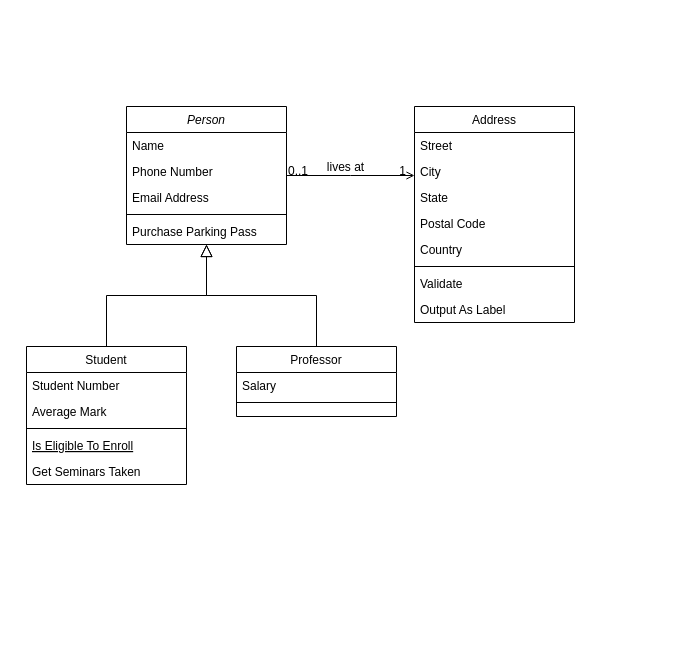
Earlier version of the draw.io diagram PraticaDiagramaDeClasses.drawio (LuizFelipeCavalcante/Diagramas). Source tidied: cells renumbered, new cells numbered last; positions are measured from the earlier drawing's top-left corner, leaving out a move shared by most shapes. Both pictures are drawn from the tidied source at 100%, with x=0, y=0 at pixel (26, 106).
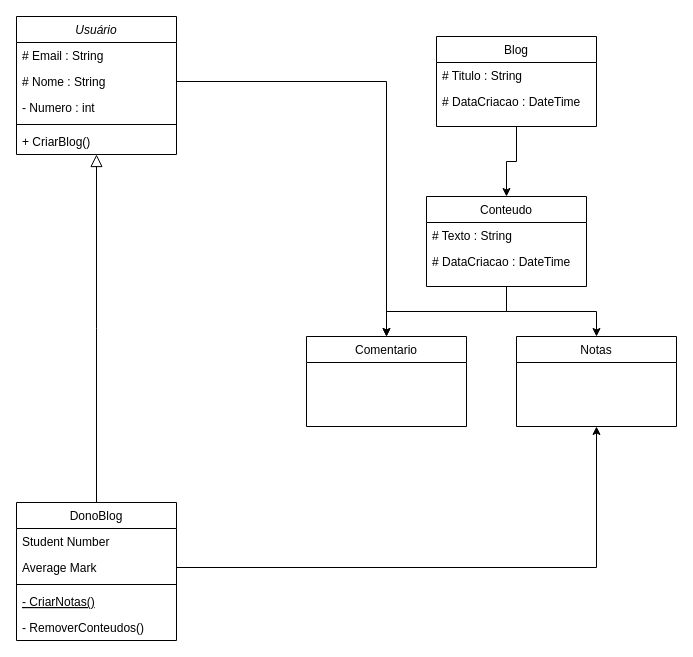
After the change.

Unchanged cells that the change refers to:
```xml
<mxCell id="10" value="Average Mark" style="text;align=left;verticalAlign=top;spacingLeft=4;spacingRight=4;overflow=hidden;points=[[0,0.5],[1,0.5]];portConstraint=eastwest;rounded=0;shadow=0;html=0;" parent="8" vertex="1">
  <mxGeometry y="52" width="160" height="26" as="geometry" />
</mxCell>
```

Diff of the diagram source:
```diff
@@
-    <mxCell id="2" value="Person" style="swimlane;fontStyle=2;align=center;verticalAlign=top;horizontal=1;startSize=26;rounded=0;shadow=0;strokeWidth=1;" parent="1" vertex="1">
-      <mxGeometry x="100" width="160" height="138" as="geometry" />
+    <mxCell id="2" value="Usuário" style="swimlane;fontStyle=2;align=center;verticalAlign=top;horizontal=1;startSize=26;rounded=0;shadow=0;strokeWidth=1;" parent="1" vertex="1">
+      <mxGeometry x="-10" y="-90" width="160" height="138" as="geometry" />
     </mxCell>
-    <mxCell id="3" value="Name" style="text;align=left;verticalAlign=top;spacingLeft=4;spacingRight=4;overflow=hidden;" parent="2" vertex="1">
+    <mxCell id="3" value="# Email : String" style="text;align=left;verticalAlign=top;spacingLeft=4;spacingRight=4;overflow=hidden;" parent="2" vertex="1">
       <mxGeometry y="26" width="160" height="26" as="geometry" />
     </mxCell>
-    <mxCell id="4" value="Phone Number" style="text;align=left;verticalAlign=top;spacingLeft=4;spacingRight=4;overflow=hidden;points=[[0,0.5],[1,0.5]];portConstraint=eastwest;rounded=0;shadow=0;html=0;" parent="2" vertex="1">
+    <mxCell id="4" value="# Nome : String" style="text;align=left;verticalAlign=top;spacingLeft=4;spacingRight=4;overflow=hidden;points=[[0,0.5],[1,0.5]];portConstraint=eastwest;rounded=0;shadow=0;html=0;" parent="2" vertex="1">
       <mxGeometry y="52" width="160" height="26" as="geometry" />
     </mxCell>
-    <mxCell id="5" value="Email Address" style="text;align=left;verticalAlign=top;spacingLeft=4;spacingRight=4;overflow=hidden;rounded=0;shadow=0;html=0;" parent="2" vertex="1">
+    <mxCell id="5" value="- Numero : int" style="text;align=left;verticalAlign=top;spacingLeft=4;spacingRight=4;overflow=hidden;rounded=0;shadow=0;html=0;" parent="2" vertex="1">
       <mxGeometry y="78" width="160" height="26" as="geometry" />
     </mxCell>
@@
-    <mxCell id="7" value="Purchase Parking Pass" style="text;align=left;verticalAlign=top;spacingLeft=4;spacingRight=4;overflow=hidden;" parent="2" vertex="1">
+    <mxCell id="7" value="+ CriarBlog()" style="text;align=left;verticalAlign=top;spacingLeft=4;spacingRight=4;overflow=hidden;" parent="2" vertex="1">
       <mxGeometry y="112" width="160" height="26" as="geometry" />
     </mxCell>
-    <mxCell id="8" value="Student" style="swimlane;fontStyle=0;align=center;verticalAlign=top;horizontal=1;startSize=26;rounded=0;shadow=0;strokeWidth=1;" parent="1" vertex="1">
-      <mxGeometry y="240" width="160" height="138" as="geometry" />
+    <mxCell id="8" value="DonoBlog" style="swimlane;fontStyle=0;align=center;verticalAlign=top;horizontal=1;startSize=26;rounded=0;shadow=0;strokeWidth=1;" parent="1" vertex="1">
+      <mxGeometry x="-10" y="396" width="160" height="138" as="geometry" />
     </mxCell>
@@
-    <mxCell id="12" value="Is Eligible To Enroll" style="text;align=left;verticalAlign=top;spacingLeft=4;spacingRight=4;overflow=hidden;fontStyle=4;" parent="8" vertex="1">
+    <mxCell id="12" value="- CriarNotas()" style="text;align=left;verticalAlign=top;spacingLeft=4;spacingRight=4;overflow=hidden;fontStyle=4;" parent="8" vertex="1">
       <mxGeometry y="86" width="160" height="26" as="geometry" />
     </mxCell>
-    <mxCell id="13" value="Get Seminars Taken" style="text;align=left;verticalAlign=top;spacingLeft=4;spacingRight=4;overflow=hidden;" parent="8" vertex="1">
+    <mxCell id="13" value="- RemoverConteudos()" style="text;align=left;verticalAlign=top;spacingLeft=4;spacingRight=4;overflow=hidden;" parent="8" vertex="1">
       <mxGeometry y="112" width="160" height="26" as="geometry" />
     </mxCell>
@@
-    <mxCell id="15" value="Professor" style="swimlane;fontStyle=0;align=center;verticalAlign=top;horizontal=1;startSize=26;rounded=0;shadow=0;strokeWidth=1;" parent="1" vertex="1">
-      <mxGeometry x="210" y="240" width="160" height="70" as="geometry" />
-    </mxCell>
-    <mxCell id="16" value="Salary" style="text;align=left;verticalAlign=top;spacingLeft=4;spacingRight=4;overflow=hidden;" parent="15" vertex="1">
-      <mxGeometry y="26" width="160" height="26" as="geometry" />
-    </mxCell>
-    <mxCell id="17" style="line;html=1;strokeWidth=1;align=left;verticalAlign=middle;spacingTop=-1;spacingLeft=3;spacingRight=3;labelPosition=right;" parent="15" vertex="1">
-      <mxGeometry y="52" width="160" height="8" as="geometry" />
-    </mxCell>
-    <mxCell id="18" style="endArrow=block;endSize=10;endFill=0;shadow=0;strokeWidth=1;rounded=0;curved=0;edgeStyle=elbowEdgeStyle;elbow=vertical;" parent="1" edge="1" source="15" target="2">
-      <mxGeometry relative="1" as="geometry" />
-    </mxCell>
+    <mxCell id="32" style="edgeStyle=orthogonalEdgeStyle;rounded=0;jettySize=auto;html=1;entryX=0.5;entryY=0;entryDx=0;entryDy=0;" parent="1" edge="1" source="19" target="35">
+      <mxGeometry relative="1" as="geometry" />
+    </mxCell>
-    <mxCell id="19" value="Address" style="swimlane;fontStyle=0;align=center;verticalAlign=top;horizontal=1;startSize=26;rounded=0;shadow=0;strokeWidth=1;" parent="1" vertex="1">
-      <mxGeometry x="388" width="160" height="216" as="geometry" />
+    <mxCell id="19" value="Blog" style="swimlane;fontStyle=0;align=center;verticalAlign=top;horizontal=1;startSize=26;rounded=0;shadow=0;strokeWidth=1;" parent="1" vertex="1">
+      <mxGeometry x="410" y="-70" width="160" height="90" as="geometry" />
     </mxCell>
-    <mxCell id="20" value="Street" style="text;align=left;verticalAlign=top;spacingLeft=4;spacingRight=4;overflow=hidden;" parent="19" vertex="1">
+    <mxCell id="20" value="# Titulo : String" style="text;align=left;verticalAlign=top;spacingLeft=4;spacingRight=4;overflow=hidden;" parent="19" vertex="1">
       <mxGeometry y="26" width="160" height="26" as="geometry" />
     </mxCell>
-    <mxCell id="21" value="City" style="text;align=left;verticalAlign=top;spacingLeft=4;spacingRight=4;overflow=hidden;rounded=0;shadow=0;html=0;" parent="19" vertex="1">
+    <mxCell id="21" value="# DataCriacao : DateTime" style="text;align=left;verticalAlign=top;spacingLeft=4;spacingRight=4;overflow=hidden;rounded=0;shadow=0;html=0;" parent="19" vertex="1">
       <mxGeometry y="52" width="160" height="26" as="geometry" />
     </mxCell>
-    <mxCell id="22" value="State" style="text;align=left;verticalAlign=top;spacingLeft=4;spacingRight=4;overflow=hidden;rounded=0;shadow=0;html=0;" parent="19" vertex="1">
-      <mxGeometry y="78" width="160" height="26" as="geometry" />
-    </mxCell>
-    <mxCell id="23" value="Postal Code" style="text;align=left;verticalAlign=top;spacingLeft=4;spacingRight=4;overflow=hidden;rounded=0;shadow=0;html=0;" parent="19" vertex="1">
-      <mxGeometry y="104" width="160" height="26" as="geometry" />
-    </mxCell>
-    <mxCell id="24" value="Country" style="text;align=left;verticalAlign=top;spacingLeft=4;spacingRight=4;overflow=hidden;rounded=0;shadow=0;html=0;" parent="19" vertex="1">
-      <mxGeometry y="130" width="160" height="26" as="geometry" />
-    </mxCell>
-    <mxCell id="25" style="line;html=1;strokeWidth=1;align=left;verticalAlign=middle;spacingTop=-1;spacingLeft=3;spacingRight=3;labelPosition=right;" parent="19" vertex="1">
-      <mxGeometry y="156" width="160" height="8" as="geometry" />
-    </mxCell>
-    <mxCell id="26" value="Validate" style="text;align=left;verticalAlign=top;spacingLeft=4;spacingRight=4;overflow=hidden;" parent="19" vertex="1">
-      <mxGeometry y="164" width="160" height="26" as="geometry" />
-    </mxCell>
-    <mxCell id="27" value="Output As Label" style="text;align=left;verticalAlign=top;spacingLeft=4;spacingRight=4;overflow=hidden;" parent="19" vertex="1">
-      <mxGeometry y="190" width="160" height="26" as="geometry" />
-    </mxCell>
-    <mxCell id="28" style="endArrow=open;shadow=0;strokeWidth=1;rounded=0;curved=0;endFill=1;edgeStyle=elbowEdgeStyle;elbow=vertical;" parent="1" edge="1" source="2" target="19">
-      <mxGeometry x="0.5" y="41" relative="1" as="geometry">
-        <mxPoint x="-40" y="32" as="offset" />
-      </mxGeometry>
-    </mxCell>
-    <mxCell id="29" value="0..1" style="align=left;verticalAlign=bottom;labelBackgroundColor=none;fontSize=12;" parent="28" vertex="1">
-      <mxGeometry x="-1" relative="1" as="geometry">
-        <mxPoint y="4" as="offset" />
-      </mxGeometry>
-    </mxCell>
-    <mxCell id="30" value="1" style="align=right;verticalAlign=bottom;labelBackgroundColor=none;fontSize=12;" parent="28" vertex="1">
-      <mxGeometry x="1" relative="1" as="geometry">
-        <mxPoint x="-7" y="4" as="offset" />
-      </mxGeometry>
-    </mxCell>
-    <mxCell id="31" value="lives at" style="text;html=1;align=center;verticalAlign=middle;labelBackgroundColor=none;rounded=0;shadow=0;strokeWidth=1;fontSize=12;" parent="28" vertex="1">
-      <mxGeometry x="0.5" y="49" relative="1" as="geometry">
-        <mxPoint x="-38" y="40" as="offset" />
-      </mxGeometry>
-    </mxCell>
+    <mxCell id="33" style="edgeStyle=orthogonalEdgeStyle;rounded=0;jettySize=auto;html=1;" parent="1" edge="1" source="35" target="39">
+      <mxGeometry relative="1" as="geometry">
+        <Array as="points">
+          <mxPoint x="480" y="205" />
+          <mxPoint x="360" y="205" />
+        </Array>
+      </mxGeometry>
+    </mxCell>
+    <mxCell id="34" style="edgeStyle=orthogonalEdgeStyle;rounded=0;jettySize=auto;html=1;" parent="1" edge="1" source="35" target="38">
+      <mxGeometry relative="1" as="geometry" />
+    </mxCell>
+    <mxCell id="35" value="Conteudo" style="swimlane;fontStyle=0;align=center;verticalAlign=top;horizontal=1;startSize=26;rounded=0;shadow=0;strokeWidth=1;" parent="1" vertex="1">
+      <mxGeometry x="400" y="90" width="160" height="90" as="geometry" />
+    </mxCell>
+    <mxCell id="36" value="# Texto : String" style="text;align=left;verticalAlign=top;spacingLeft=4;spacingRight=4;overflow=hidden;" parent="35" vertex="1">
+      <mxGeometry y="26" width="160" height="26" as="geometry" />
+    </mxCell>
+    <mxCell id="37" value="# DataCriacao : DateTime" style="text;align=left;verticalAlign=top;spacingLeft=4;spacingRight=4;overflow=hidden;rounded=0;shadow=0;html=0;" parent="35" vertex="1">
+      <mxGeometry y="52" width="160" height="26" as="geometry" />
+    </mxCell>
+    <mxCell id="38" value="Notas" style="swimlane;fontStyle=0;align=center;verticalAlign=top;horizontal=1;startSize=26;rounded=0;shadow=0;strokeWidth=1;" parent="1" vertex="1">
+      <mxGeometry x="490" y="230" width="160" height="90" as="geometry" />
+    </mxCell>
+    <mxCell id="39" value="Comentario" style="swimlane;fontStyle=0;align=center;verticalAlign=top;horizontal=1;startSize=26;rounded=0;shadow=0;strokeWidth=1;" parent="1" vertex="1">
+      <mxGeometry x="280" y="230" width="160" height="90" as="geometry" />
+    </mxCell>
+    <mxCell id="40" style="edgeStyle=orthogonalEdgeStyle;rounded=0;jettySize=auto;html=1;entryX=0.5;entryY=1;entryDx=0;entryDy=0;" parent="1" edge="1" source="10" target="38">
+      <mxGeometry relative="1" as="geometry" />
+    </mxCell>
+    <mxCell id="41" style="edgeStyle=orthogonalEdgeStyle;rounded=0;jettySize=auto;html=1;" parent="1" edge="1" source="4" target="39">
+      <mxGeometry relative="1" as="geometry" />
+    </mxCell>
```
